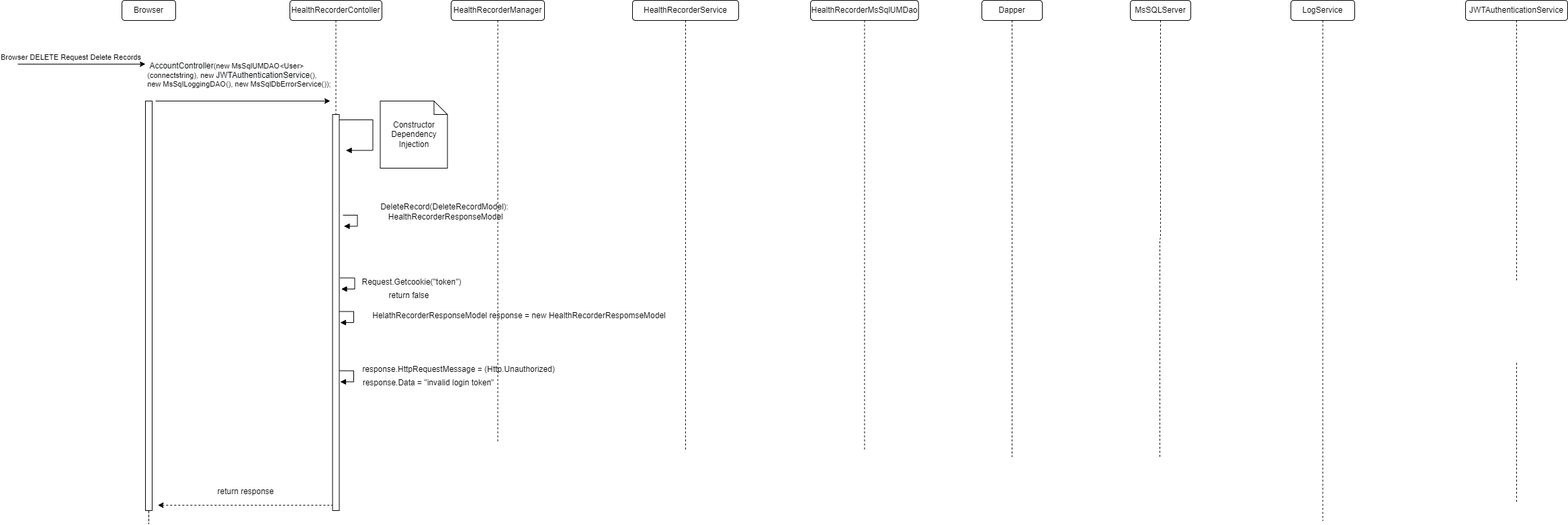
This is Documents/Features/Feature - Health Recorder/DeleteRecords/DeleteRecord-Invalid Token.drawio.png from Annihilator3180/CECS-491A-Senior-Project, a draw.io export, as it was before one commit. Source tidied: cells renumbered, new cells last; positions are measured from the earlier drawing's top-left corner, leaving out a move shared by most shapes.
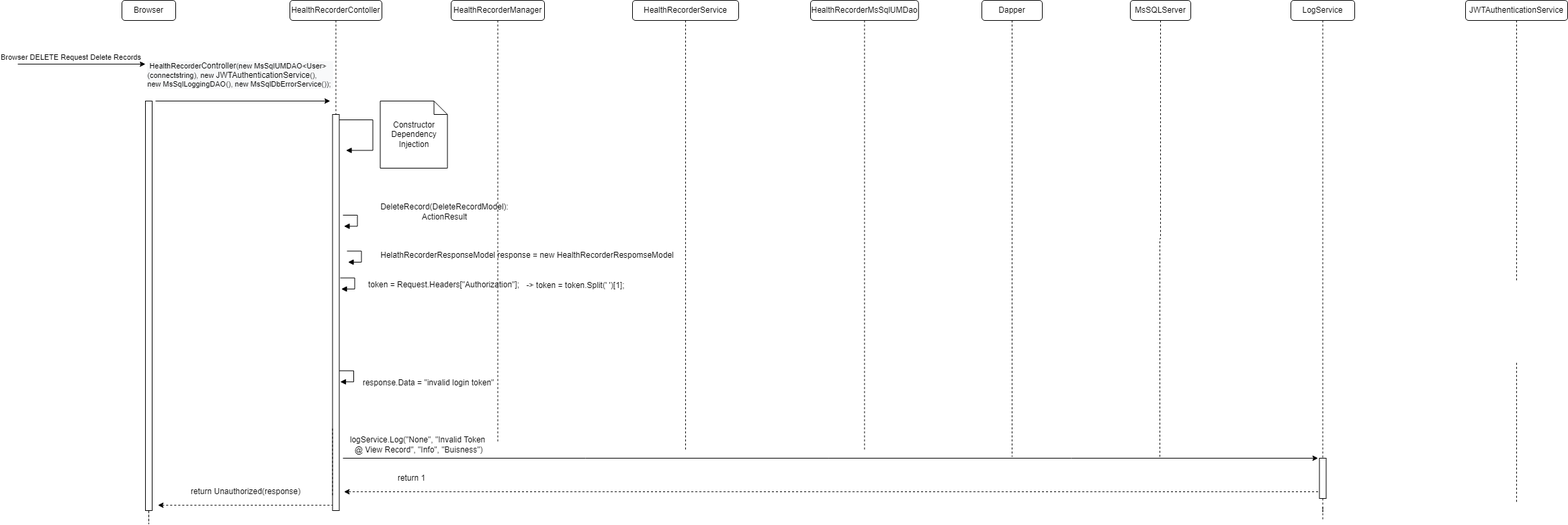
After the change.

The edit, as a diff of the source:
```diff
@@ -48,7 +48,7 @@
         <mxPoint x="465" y="150" as="targetPoint" />
       </mxGeometry>
     </mxCell>
-    <mxCell id="14" value="&lt;div style=&quot;text-align: left&quot;&gt;&amp;nbsp;&lt;span style=&quot;font-size: 12px ; text-align: center ; background-color: rgb(248 , 249 , 250)&quot;&gt;AccountController&lt;/span&gt;(new MsSqlUMDAO&amp;lt;User&amp;gt;&lt;br&gt;&lt;/div&gt;&lt;div style=&quot;text-align: left&quot;&gt;(connectstring), new&amp;nbsp;&lt;span style=&quot;font-size: 12px ; text-align: center ; background-color: rgb(248 , 249 , 250)&quot;&gt;JWTAuthenticationService&lt;/span&gt;(),&amp;nbsp;&lt;/div&gt;&lt;div style=&quot;text-align: left&quot;&gt;new MsSqlLoggingDAO(), new MsSqlDbErrorService());&amp;nbsp;&lt;/div&gt;" style="edgeLabel;html=1;align=center;verticalAlign=middle;" parent="13" vertex="1">
+    <mxCell id="14" value="&lt;div style=&quot;text-align: left&quot;&gt;&lt;div style=&quot;background-color: rgb(248 , 249 , 250)&quot;&gt;&amp;nbsp;HealthRecorder&lt;span style=&quot;font-size: 12px ; text-align: center&quot;&gt;Controller&lt;/span&gt;(new MsSqlUMDAO&amp;lt;User&amp;gt;&lt;br&gt;&lt;/div&gt;&lt;div style=&quot;background-color: rgb(248 , 249 , 250)&quot;&gt;(connectstring), new&amp;nbsp;&lt;span style=&quot;font-size: 12px ; text-align: center&quot;&gt;JWTAuthenticationService&lt;/span&gt;(),&amp;nbsp;&lt;/div&gt;&lt;div style=&quot;background-color: rgb(248 , 249 , 250)&quot;&gt;new MsSqlLoggingDAO(), new MsSqlDbErrorService());&amp;nbsp;&lt;/div&gt;&lt;/div&gt;" style="edgeLabel;html=1;align=center;verticalAlign=middle;" parent="13" vertex="1">
       <mxGeometry x="0.57" y="-1" relative="1" as="geometry">
         <mxPoint x="-79" y="-41" as="offset" />
       </mxGeometry>
@@ -120,10 +120,10 @@
         <mxPoint x="468.5" y="752" as="targetPoint" />
       </mxGeometry>
     </mxCell>
-    <mxCell id="29" value="return response" style="text;html=1;align=center;verticalAlign=middle;strokeColor=none;fillColor=none;" parent="1" vertex="1">
-      <mxGeometry x="288.5" y="722" width="100" height="20" as="geometry" />
+    <mxCell id="29" value="return Unauthorized(response)" style="text;html=1;align=center;verticalAlign=middle;strokeColor=none;fillColor=none;" parent="1" vertex="1">
+      <mxGeometry x="248.5" y="722" width="180" height="20" as="geometry" />
     </mxCell>
-    <mxCell id="30" style="edgeStyle=orthogonalEdgeStyle;rounded=0;jettySize=auto;html=1;dashed=1;endArrow=none;endFill=0;" parent="1" edge="1" source="8">
+    <mxCell id="30" style="edgeStyle=orthogonalEdgeStyle;rounded=0;jettySize=auto;html=1;dashed=1;endArrow=none;endFill=0;startArrow=none;" parent="1" edge="1" source="46">
       <mxGeometry relative="1" as="geometry">
         <mxPoint x="1942.5" y="775" as="targetPoint" />
       </mxGeometry>
@@ -139,12 +139,6 @@
         </Array>
       </mxGeometry>
     </mxCell>
-    <mxCell id="32" value="Request.Getcookie(&quot;token&quot;)" style="text;html=1;align=center;verticalAlign=middle;strokeColor=none;fillColor=none;" parent="1" vertex="1">
-      <mxGeometry x="505.5" y="410" width="160" height="20" as="geometry" />
-    </mxCell>
-    <mxCell id="33" value="return false" style="text;html=1;align=center;verticalAlign=middle;strokeColor=none;fillColor=none;" parent="1" vertex="1">
-      <mxGeometry x="541.5" y="430" width="80" height="20" as="geometry" />
-    </mxCell>
     <mxCell id="34" style="endArrow=block;endFill=1;html=1;edgeStyle=orthogonalEdgeStyle;align=left;verticalAlign=top;rounded=0;" parent="1" edge="1">
       <mxGeometry x="-1" relative="1" as="geometry">
         <mxPoint x="484" y="320" as="sourcePoint" />
@@ -156,26 +150,23 @@
         </Array>
       </mxGeometry>
     </mxCell>
-    <mxCell id="35" value="DeleteRecord(DeleteRecordModel):&lt;br&gt;&amp;nbsp;HealthRecorderResponseModel" style="text;html=1;align=center;verticalAlign=middle;strokeColor=none;fillColor=none;" parent="1" vertex="1">
+    <mxCell id="35" value="DeleteRecord(DeleteRecordModel):&lt;br&gt;ActionResult" style="text;html=1;align=center;verticalAlign=middle;strokeColor=none;fillColor=none;" parent="1" vertex="1">
       <mxGeometry x="530" y="300" width="210" height="30" as="geometry" />
     </mxCell>
     <mxCell id="36" style="endArrow=block;endFill=1;html=1;edgeStyle=orthogonalEdgeStyle;align=left;verticalAlign=top;rounded=0;" parent="1" edge="1">
       <mxGeometry x="-1" relative="1" as="geometry">
-        <mxPoint x="478.5" y="463.5" as="sourcePoint" />
-        <mxPoint x="480" y="480" as="targetPoint" />
+        <mxPoint x="490" y="373.5" as="sourcePoint" />
+        <mxPoint x="491.5" y="390" as="targetPoint" />
         <Array as="points">
-          <mxPoint x="500" y="464" />
-          <mxPoint x="500" y="480" />
-          <mxPoint x="480" y="480" />
+          <mxPoint x="511.5" y="374" />
+          <mxPoint x="511.5" y="390" />
+          <mxPoint x="491.5" y="390" />
         </Array>
       </mxGeometry>
     </mxCell>
     <mxCell id="37" value="HelathRecorderResponseModel response = new HealthRecorderRespomseModel" style="text;html=1;align=center;verticalAlign=middle;strokeColor=none;fillColor=none;" parent="1" vertex="1">
-      <mxGeometry x="521.2" y="460" width="450" height="20" as="geometry" />
+      <mxGeometry x="532.8" y="370" width="450" height="20" as="geometry" />
     </mxCell>
-    <mxCell id="38" value="response.HttpRequestMessage = (Http.Unauthorized)" style="text;html=1;align=center;verticalAlign=middle;strokeColor=none;fillColor=none;" parent="1" vertex="1">
-      <mxGeometry x="505.5" y="540" width="300" height="20" as="geometry" />
-    </mxCell>
     <mxCell id="39" value="response.Data = &quot;invalid login token&quot;" style="text;html=1;align=center;verticalAlign=middle;strokeColor=none;fillColor=none;" parent="1" vertex="1">
       <mxGeometry x="505.5" y="560" width="210" height="20" as="geometry" />
     </mxCell>
@@ -190,5 +181,45 @@
         </Array>
       </mxGeometry>
     </mxCell>
+    <mxCell id="41" style="edgeStyle=orthogonalEdgeStyle;rounded=0;orthogonalLoop=1;jettySize=auto;html=1;dashed=1;startArrow=none;startFill=0;endArrow=none;endFill=0;" parent="1" edge="1">
+      <mxGeometry relative="1" as="geometry">
+        <mxPoint x="468.5" y="737" as="sourcePoint" />
+        <mxPoint x="468.5" y="637" as="targetPoint" />
+      </mxGeometry>
+    </mxCell>
+    <mxCell id="42" value="logService.Log(&quot;None&quot;, &quot;Invalid Token&lt;br&gt;&amp;nbsp;@ View Record&quot;, &quot;Info&quot;, &quot;Buisness&quot;)" style="text;html=1;align=center;verticalAlign=middle;strokeColor=none;fillColor=none;" parent="1" vertex="1">
+      <mxGeometry x="485" y="647" width="220" height="30" as="geometry" />
+    </mxCell>
+    <mxCell id="43" style="endArrow=classic;html=1;rounded=0;edgeStyle=orthogonalEdgeStyle;" parent="1" edge="1">
+      <mxGeometry relative="1" as="geometry">
+        <mxPoint x="484" y="682" as="sourcePoint" />
+        <mxPoint x="1935.5" y="682" as="targetPoint" />
+      </mxGeometry>
+    </mxCell>
+    <mxCell id="44" style="edgeStyle=orthogonalEdgeStyle;rounded=0;orthogonalLoop=1;jettySize=auto;html=1;dashed=1;endArrow=classic;endFill=1;" parent="1" edge="1">
+      <mxGeometry relative="1" as="geometry">
+        <mxPoint x="1941.5" y="732" as="sourcePoint" />
+        <mxPoint x="485.5" y="732" as="targetPoint" />
+        <Array as="points">
+          <mxPoint x="1855.5" y="732" />
+          <mxPoint x="1855.5" y="732" />
+        </Array>
+      </mxGeometry>
+    </mxCell>
+    <mxCell id="45" value="return 1" style="text;html=1;align=center;verticalAlign=middle;strokeColor=none;fillColor=none;" parent="1" vertex="1">
+      <mxGeometry x="555.5" y="702" width="60" height="20" as="geometry" />
+    </mxCell>
+    <mxCell id="46" style="html=1;points=[];perimeter=orthogonalPerimeter;" parent="1" vertex="1">
+      <mxGeometry x="1937.5" y="682" width="10" height="60" as="geometry" />
+    </mxCell>
+    <mxCell id="47" style="edgeStyle=orthogonalEdgeStyle;rounded=0;jettySize=auto;html=1;dashed=1;endArrow=none;endFill=0;" parent="1" edge="1" source="8" target="46">
+      <mxGeometry relative="1" as="geometry" />
+    </mxCell>
+    <mxCell id="48" value="token = Request.Headers[&quot;Authorization&quot;];" style="text;whiteSpace=wrap;html=1;" parent="1" vertex="1">
+      <mxGeometry x="519.5" y="410" width="250" height="30" as="geometry" />
+    </mxCell>
+    <mxCell id="49" value="-&amp;gt; token = token.Split(' ')[1];" style="text;html=1;align=center;verticalAlign=middle;strokeColor=none;fillColor=none;" parent="1" vertex="1">
+      <mxGeometry x="749.5" y="415" width="160" height="20" as="geometry" />
+    </mxCell>
   </root>
 </mxGraphModel>
```
